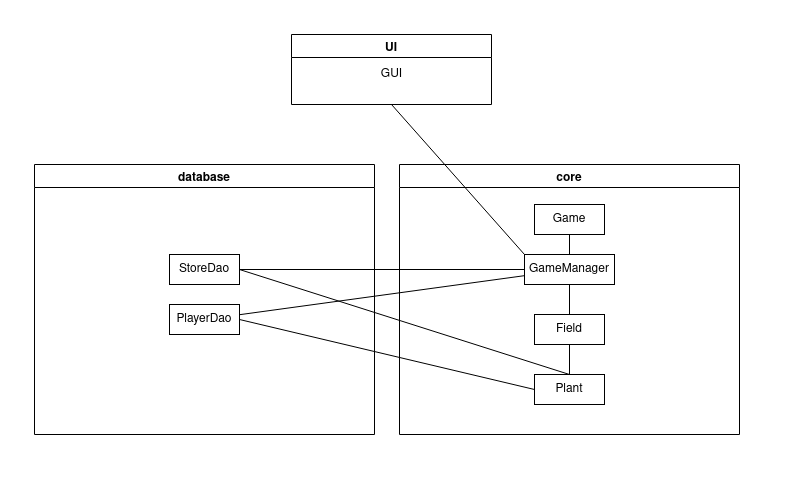
Earlier version of the draw.io export documentation/class_diagram.png (jpasikainen/ot-harjoitustyo). Source tidied: cells renumbered, new cells last; positions are measured from the earlier drawing's top-left corner, leaving out a move shared by most shapes.
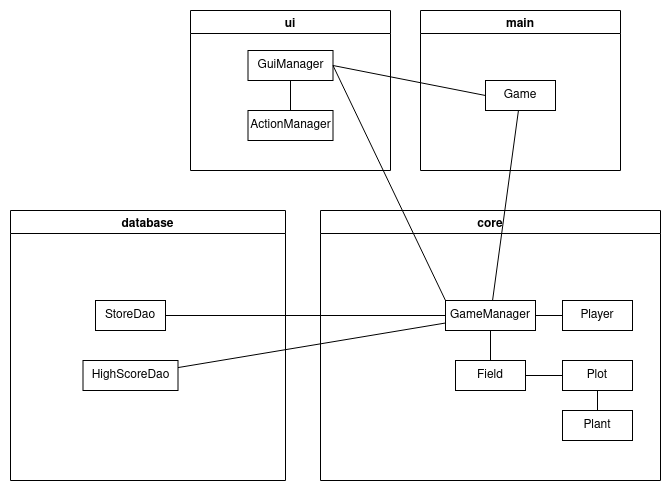
Above is the later version.

Diff of the diagram source:
```diff
@@ -3,11 +3,8 @@
     <mxCell id="0" />
     <mxCell id="1" parent="0" />
     <mxCell id="2" value="core" style="swimlane;" parent="1" vertex="1">
-      <mxGeometry x="365" y="130" width="340" height="270" as="geometry" />
+      <mxGeometry x="387" y="130" width="340" height="270" as="geometry" />
     </mxCell>
-    <mxCell id="3" value="Game" style="rounded=0;whiteSpace=wrap;html=1;" parent="2" vertex="1">
-      <mxGeometry x="135" y="40" width="70" height="30" as="geometry" />
-    </mxCell>
     <mxCell id="4" value="GameManager" style="rounded=0;whiteSpace=wrap;html=1;" parent="2" vertex="1">
       <mxGeometry x="125" y="90" width="90" height="30" as="geometry" />
     </mxCell>
@@ -15,46 +12,69 @@
       <mxGeometry x="135" y="150" width="70" height="30" as="geometry" />
     </mxCell>
     <mxCell id="6" value="Plant" style="rounded=0;whiteSpace=wrap;html=1;" parent="2" vertex="1">
-      <mxGeometry x="135" y="210" width="70" height="30" as="geometry" />
+      <mxGeometry x="242" y="200" width="70" height="30" as="geometry" />
     </mxCell>
-    <mxCell id="7" style="endArrow=none;html=1;" parent="2" edge="1" source="4" target="3">
-      <mxGeometry relative="1" as="geometry" />
-    </mxCell>
     <mxCell id="8" style="endArrow=none;html=1;" parent="2" edge="1" source="5" target="4">
       <mxGeometry relative="1" as="geometry" />
     </mxCell>
-    <mxCell id="9" style="endArrow=none;html=1;exitX=0.5;exitY=1;exitDx=0;exitDy=0;entryX=0.5;entryY=0;entryDx=0;entryDy=0;" parent="2" edge="1" source="5" target="6">
+    <mxCell id="9" style="endArrow=none;html=1;exitX=0.5;exitY=1;exitDx=0;exitDy=0;entryX=0.5;entryY=0;entryDx=0;entryDy=0;" parent="2" edge="1" source="20" target="6">
       <mxGeometry relative="1" as="geometry" />
     </mxCell>
+    <mxCell id="20" value="Plot" style="rounded=0;whiteSpace=wrap;html=1;" parent="2" vertex="1">
+      <mxGeometry x="242" y="150" width="70" height="30" as="geometry" />
+    </mxCell>
+    <mxCell id="21" style="endArrow=none;html=1;exitX=1;exitY=0.5;exitDx=0;exitDy=0;entryX=0;entryY=0.5;entryDx=0;entryDy=0;" parent="2" edge="1" source="5" target="20">
+      <mxGeometry relative="1" as="geometry" />
+    </mxCell>
+    <mxCell id="22" value="Player" style="rounded=0;whiteSpace=wrap;html=1;" parent="2" vertex="1">
+      <mxGeometry x="242" y="90" width="70" height="30" as="geometry" />
+    </mxCell>
+    <mxCell id="23" style="endArrow=none;html=1;exitX=1;exitY=0.5;exitDx=0;exitDy=0;" parent="2" edge="1" source="4" target="22">
+      <mxGeometry relative="1" as="geometry" />
+    </mxCell>
     <mxCell id="10" value="database" style="swimlane;" parent="1" vertex="1">
-      <mxGeometry y="130" width="340" height="270" as="geometry" />
+      <mxGeometry x="77" y="130" width="275" height="270" as="geometry" />
     </mxCell>
     <mxCell id="11" value="StoreDao" style="rounded=0;whiteSpace=wrap;html=1;" parent="10" vertex="1">
-      <mxGeometry x="135" y="90" width="70" height="30" as="geometry" />
+      <mxGeometry x="85" y="90" width="70" height="30" as="geometry" />
     </mxCell>
-    <mxCell id="12" value="&lt;div&gt;PlayerDao&lt;/div&gt;" style="rounded=0;whiteSpace=wrap;html=1;" parent="10" vertex="1">
-      <mxGeometry x="135" y="140" width="70" height="30" as="geometry" />
+    <mxCell id="12" value="&lt;div&gt;HighScoreDao&lt;/div&gt;" style="rounded=0;whiteSpace=wrap;html=1;" parent="10" vertex="1">
+      <mxGeometry x="72.5" y="150" width="95" height="30" as="geometry" />
     </mxCell>
-    <mxCell id="13" value="UI" style="swimlane;" parent="1" vertex="1">
-      <mxGeometry x="257" width="200" height="70" as="geometry" />
+    <mxCell id="13" value="ui" style="swimlane;" parent="1" vertex="1">
+      <mxGeometry x="257" y="-70" width="200" height="160" as="geometry" />
     </mxCell>
-    <mxCell id="14" value="GUI" style="text;html=1;align=center;verticalAlign=middle;" parent="13" vertex="1">
-      <mxGeometry x="80" y="30" width="40" height="20" as="geometry" />
-    </mxCell>
+    <mxCell id="24" value="GuiManager" style="rounded=0;whiteSpace=wrap;html=1;" parent="13" vertex="1">
+      <mxGeometry x="57.5" y="40" width="85" height="30" as="geometry" />
+    </mxCell>
+    <mxCell id="25" value="&lt;div&gt;ActionManager&lt;/div&gt;" style="rounded=0;whiteSpace=wrap;html=1;" parent="13" vertex="1">
+      <mxGeometry x="57.5" y="100" width="85" height="30" as="geometry" />
+    </mxCell>
-    <mxCell id="15" style="endArrow=none;html=1;exitX=0;exitY=0;exitDx=0;exitDy=0;entryX=0.5;entryY=1;entryDx=0;entryDy=0;" parent="1" edge="1" source="4" target="13">
+    <mxCell id="15" style="endArrow=none;html=1;exitX=0;exitY=0;exitDx=0;exitDy=0;entryX=1;entryY=0.5;entryDx=0;entryDy=0;" parent="1" edge="1" source="4" target="24">
       <mxGeometry relative="1" as="geometry" />
     </mxCell>
     <mxCell id="16" style="endArrow=none;html=1;" parent="1" edge="1" source="11" target="4">
       <mxGeometry relative="1" as="geometry" />
     </mxCell>
-    <mxCell id="17" style="endArrow=none;html=1;exitX=1;exitY=0.5;exitDx=0;exitDy=0;entryX=0.5;entryY=0;entryDx=0;entryDy=0;" parent="1" edge="1" source="11" target="6">
-      <mxGeometry relative="1" as="geometry" />
-    </mxCell>
     <mxCell id="18" style="endArrow=none;html=1;" parent="1" edge="1" source="12" target="4">
       <mxGeometry relative="1" as="geometry" />
     </mxCell>
-    <mxCell id="19" style="endArrow=none;html=1;exitX=1;exitY=0.5;exitDx=0;exitDy=0;entryX=0;entryY=0.5;entryDx=0;entryDy=0;" parent="1" edge="1" source="12" target="6">
-      <mxGeometry relative="1" as="geometry" />
-    </mxCell>
+    <mxCell id="26" style="endArrow=none;html=1;entryX=0.5;entryY=1;entryDx=0;entryDy=0;" parent="1" edge="1" target="24">
+      <mxGeometry relative="1" as="geometry">
+        <mxPoint x="357" y="30" as="sourcePoint" />
+      </mxGeometry>
+    </mxCell>
+    <mxCell id="27" value="main" style="swimlane;" parent="1" vertex="1">
+      <mxGeometry x="487" y="-70" width="200" height="160" as="geometry" />
+    </mxCell>
+    <mxCell id="3" value="Game" style="rounded=0;whiteSpace=wrap;html=1;" parent="27" vertex="1">
+      <mxGeometry x="65" y="70" width="70" height="30" as="geometry" />
+    </mxCell>
+    <mxCell id="7" style="endArrow=none;html=1;" parent="1" edge="1" source="4" target="3">
+      <mxGeometry relative="1" as="geometry" />
+    </mxCell>
+    <mxCell id="28" style="endArrow=none;html=1;entryX=0;entryY=0.5;entryDx=0;entryDy=0;exitX=1;exitY=0.5;exitDx=0;exitDy=0;" parent="1" edge="1" source="24" target="3">
+      <mxGeometry relative="1" as="geometry" />
+    </mxCell>
   </root>
 </mxGraphModel>
```
